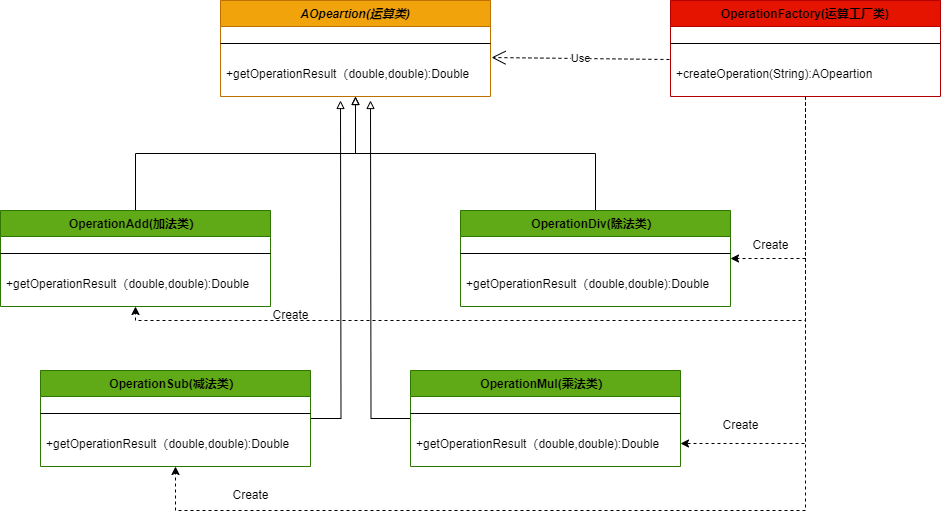
This is 简单工厂模式之升级计算器.drawio.png from uncle-Parker/picb, a draw.io export, as it was before one commit. Source tidied: cells renumbered, new cells last; positions are measured from the earlier drawing's top-left corner, leaving out a move shared by most shapes.
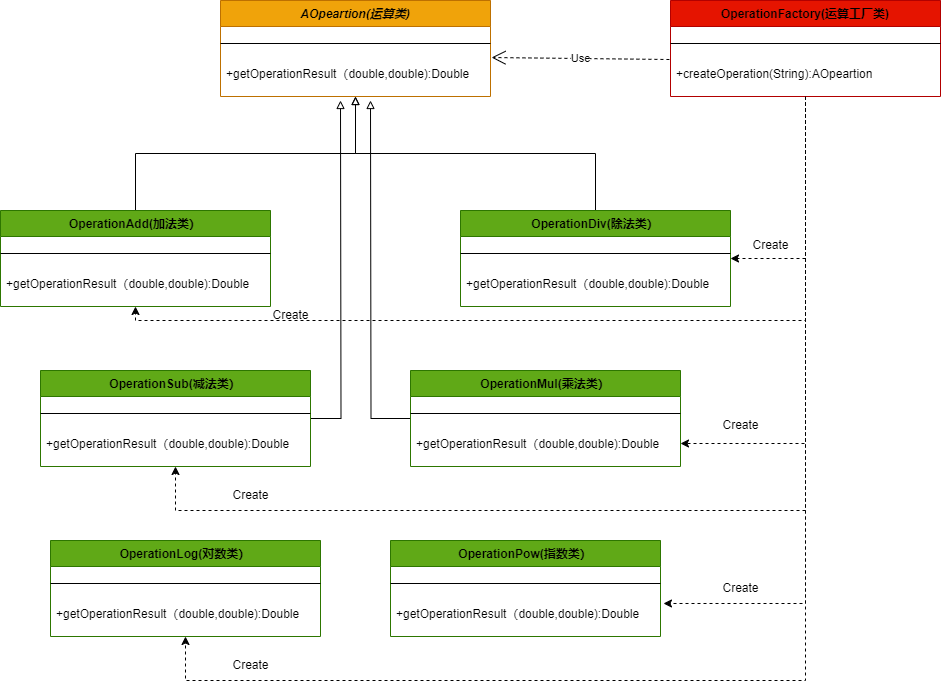
The same file after the commit.

Commit message:
更新简单工厂模式之升级计算器.drawio.png

Diff of the diagram source:
```diff
@@ -85,6 +85,14 @@
     <mxCell id="24" style="edgeStyle=orthogonalEdgeStyle;rounded=0;jettySize=auto;html=1;entryX=1;entryY=0.5;entryDx=0;entryDy=0;dashed=1;" parent="1" edge="1" source="25" target="20">
       <mxGeometry relative="1" as="geometry" />
     </mxCell>
+    <mxCell id="33" style="edgeStyle=orthogonalEdgeStyle;rounded=0;jettySize=auto;html=1;entryX=0.5;entryY=1;entryDx=0;entryDy=0;dashed=1;" parent="1" edge="1" source="25" target="34">
+      <mxGeometry relative="1" as="geometry">
+        <Array as="points">
+          <mxPoint x="805" y="680" />
+          <mxPoint x="185" y="680" />
+        </Array>
+      </mxGeometry>
+    </mxCell>
     <mxCell id="25" value="OperationFactory(运算工厂类)" style="swimlane;fontStyle=1;align=center;verticalAlign=top;horizontal=1;startSize=26;rounded=0;shadow=0;strokeWidth=1;fillColor=#e51400;strokeColor=#B20000;fontColor=#000000;" parent="1" vertex="1">
       <mxGeometry x="670" width="270" height="96" as="geometry" />
     </mxCell>
@@ -97,6 +105,24 @@
     <mxCell id="28" value="Use" style="endArrow=open;endSize=12;dashed=1;html=1;rounded=0;entryX=1.004;entryY=-0.115;entryDx=0;entryDy=0;entryPerimeter=0;exitX=-0.004;exitY=-0.038;exitDx=0;exitDy=0;exitPerimeter=0;" parent="1" edge="1" source="27" target="8">
       <mxGeometry relative="1" as="geometry" />
     </mxCell>
+    <mxCell id="34" value="OperationLog(对数类）" style="swimlane;fontStyle=1;align=center;verticalAlign=top;horizontal=1;startSize=26;rounded=0;shadow=0;strokeWidth=1;fillColor=#60a917;fontColor=#000000;strokeColor=#2D7600;" parent="1" vertex="1">
+      <mxGeometry x="50" y="540" width="270" height="96" as="geometry" />
+    </mxCell>
+    <mxCell id="35" style="line;html=1;strokeWidth=1;align=left;verticalAlign=middle;spacingTop=-1;spacingLeft=3;spacingRight=3;labelPosition=right;" parent="34" vertex="1">
+      <mxGeometry y="26" width="270" height="34" as="geometry" />
+    </mxCell>
+    <mxCell id="36" value="+getOperationResult（double,double):Double" style="text;align=left;verticalAlign=top;spacingLeft=4;spacingRight=4;overflow=hidden;" parent="34" vertex="1">
+      <mxGeometry y="60" width="270" height="26" as="geometry" />
+    </mxCell>
+    <mxCell id="37" value="OperationPow(指数类）" style="swimlane;fontStyle=1;align=center;verticalAlign=top;horizontal=1;startSize=26;rounded=0;shadow=0;strokeWidth=1;fillColor=#60a917;fontColor=#000000;strokeColor=#2D7600;" parent="1" vertex="1">
+      <mxGeometry x="390" y="540" width="270" height="96" as="geometry" />
+    </mxCell>
+    <mxCell id="38" style="line;html=1;strokeWidth=1;align=left;verticalAlign=middle;spacingTop=-1;spacingLeft=3;spacingRight=3;labelPosition=right;" parent="37" vertex="1">
+      <mxGeometry y="26" width="270" height="34" as="geometry" />
+    </mxCell>
+    <mxCell id="39" value="+getOperationResult（double,double):Double" style="text;align=left;verticalAlign=top;spacingLeft=4;spacingRight=4;overflow=hidden;points=[[0,0.5],[1,0.5]];portConstraint=eastwest;" parent="37" vertex="1">
+      <mxGeometry y="60" width="270" height="26" as="geometry" />
+    </mxCell>
     <mxCell id="29" value="Create" style="text;html=1;align=center;verticalAlign=middle;strokeColor=none;fillColor=none;" parent="1" vertex="1">
       <mxGeometry x="260" y="300" width="60" height="30" as="geometry" />
     </mxCell>
@@ -109,5 +135,14 @@
     <mxCell id="32" value="Create" style="text;html=1;align=center;verticalAlign=middle;strokeColor=none;fillColor=none;" parent="1" vertex="1">
       <mxGeometry x="710" y="410" width="60" height="30" as="geometry" />
     </mxCell>
+    <mxCell id="40" style="edgeStyle=orthogonalEdgeStyle;rounded=0;jettySize=auto;html=1;entryX=1.011;entryY=0.115;entryDx=0;entryDy=0;entryPerimeter=0;dashed=1;" parent="1" edge="1" source="25" target="39">
+      <mxGeometry relative="1" as="geometry" />
+    </mxCell>
+    <mxCell id="41" value="Create" style="text;html=1;align=center;verticalAlign=middle;strokeColor=none;fillColor=none;" parent="1" vertex="1">
+      <mxGeometry x="710" y="573" width="60" height="30" as="geometry" />
+    </mxCell>
+    <mxCell id="42" value="Create" style="text;html=1;align=center;verticalAlign=middle;strokeColor=none;fillColor=none;" parent="1" vertex="1">
+      <mxGeometry x="220" y="650" width="60" height="30" as="geometry" />
+    </mxCell>
   </root>
 </mxGraphModel>
```
